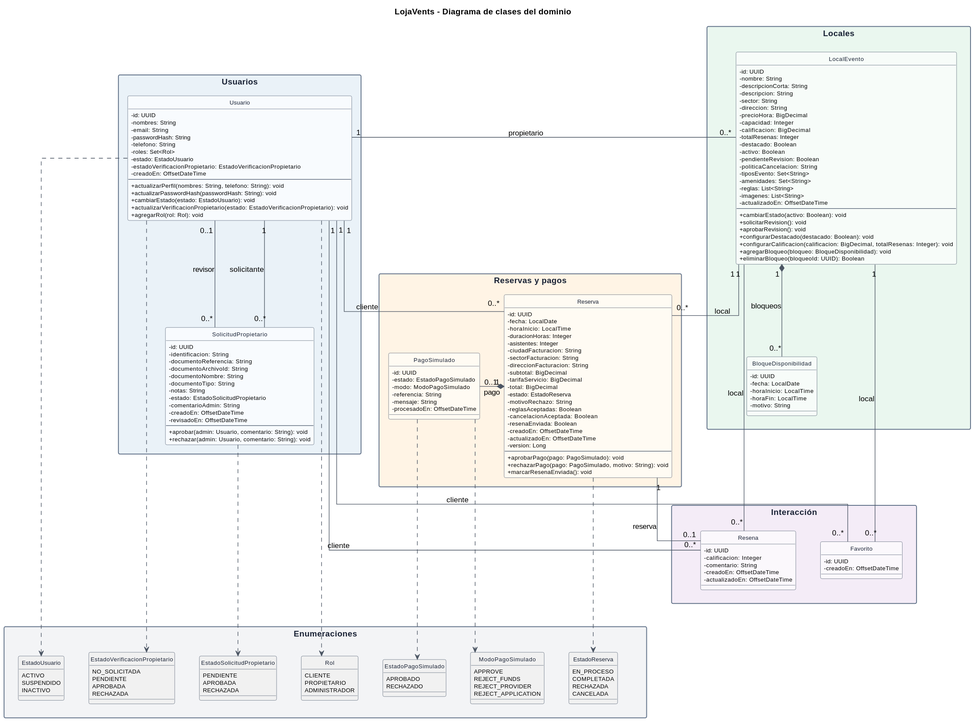
Before: docs/actualizacion/07-diagrama-clases-dominio/07-diagrama-clases-dominio.svg, a diagram exported from PlantUML (SteveJ4ra/LojaVents).
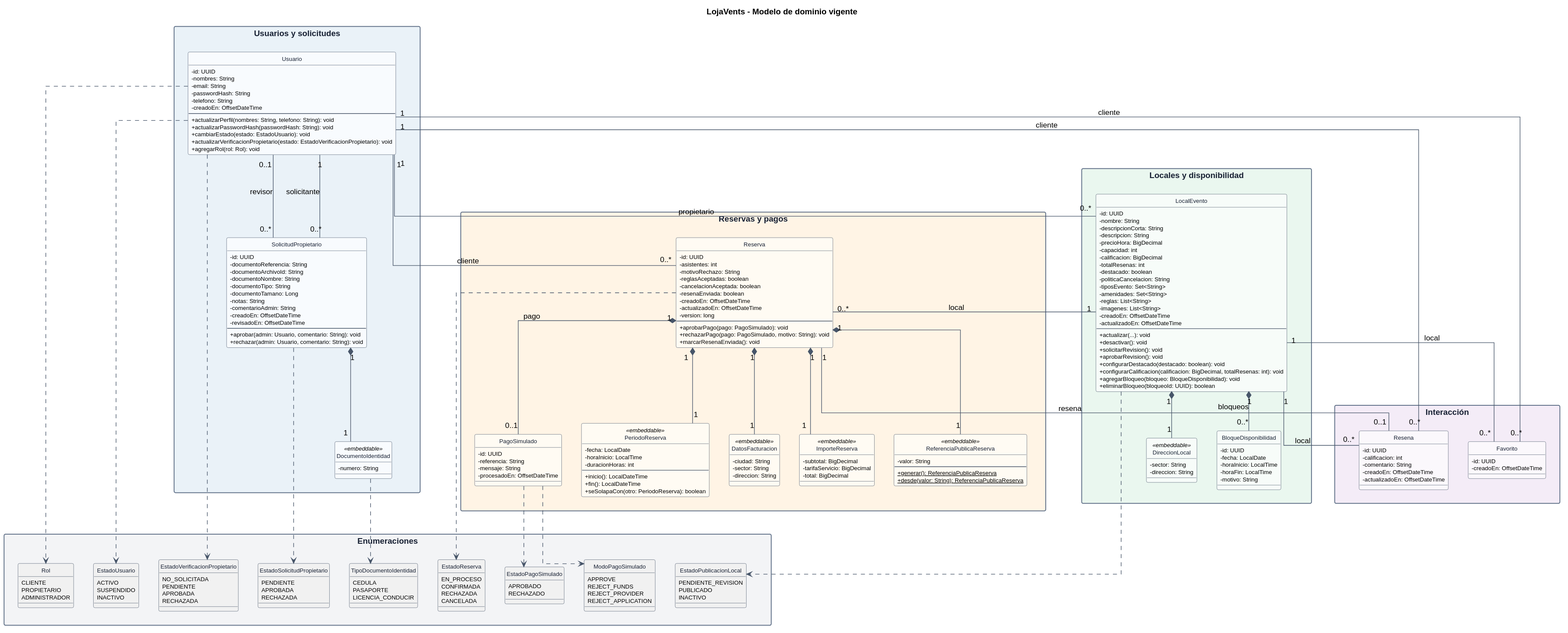
The same file after the commit.

What changed in the source:
```diff
@@ -1,5 +1,5 @@
 @startuml
-title LojaVents - Diagrama de clases del dominio
+title LojaVents - Modelo de dominio vigente
 
 top to bottom direction
 
@@ -8,33 +8,30 @@
 skinparam linetype ortho
 skinparam packageStyle rectangle
 skinparam classAttributeIconSize 0
-skinparam ArrowColor #4B5563
+skinparam ArrowColor #475569
 skinparam ClassBorderColor #475569
 skinparam ClassFontColor #172033
 skinparam ClassFontSize 11
 skinparam ClassAttributeFontSize 10
 skinparam ClassStereotypeFontSize 10
-skinparam EnumBorderColor #6B7280
+skinparam EnumBorderColor #64748B
 skinparam EnumBackgroundColor #FFFFFF
 skinparam EnumFontColor #172033
 skinparam PackageBorderColor #64748B
 skinparam PackageFontColor #172033
 skinparam PackageFontStyle bold
-skinparam nodesep 42
-skinparam ranksep 52
+skinparam nodesep 34
+skinparam ranksep 42
 
 hide circle
 
-package "Usuarios" as Usuarios #EAF2F8 {
+package "Usuarios y solicitudes" as Usuarios #EAF2F8 {
   class Usuario #F8FBFE {
     - id: UUID
     - nombres: String
     - email: String
     - passwordHash: String
     - telefono: String
-    - roles: Set<Rol>
-    - estado: EstadoUsuario
-    - estadoVerificacionPropietario: EstadoVerificacionPropietario
     - creadoEn: OffsetDateTime
     --
     + actualizarPerfil(nombres: String, telefono: String): void
@@ -46,13 +43,12 @@
 
   class SolicitudPropietario #F8FBFE {
     - id: UUID
-    - identificacion: String
     - documentoReferencia: String
     - documentoArchivoId: String
     - documentoNombre: String
     - documentoTipo: String
+    - documentoTamano: Long
     - notas: String
-    - estado: EstadoSolicitudPropietario
     - comentarioAdmin: String
     - creadoEn: OffsetDateTime
     - revisadoEn: OffsetDateTime
@@ -60,37 +56,44 @@
     + aprobar(admin: Usuario, comentario: String): void
     + rechazar(admin: Usuario, comentario: String): void
   }
+
+  class DocumentoIdentidad <<embeddable>> #F8FBFE {
+    - numero: String
+  }
 }
 
-package "Locales" as Locales #EAF7EF {
+package "Locales y disponibilidad" as Locales #EAF7EF {
   class LocalEvento #F7FCF9 {
     - id: UUID
     - nombre: String
     - descripcionCorta: String
     - descripcion: String
-    - sector: String
-    - direccion: String
     - precioHora: BigDecimal
-    - capacidad: Integer
+    - capacidad: int
     - calificacion: BigDecimal
-    - totalResenas: Integer
-    - destacado: Boolean
-    - activo: Boolean
-    - pendienteRevision: Boolean
+    - totalResenas: int
+    - destacado: boolean
     - politicaCancelacion: String
     - tiposEvento: Set<String>
     - amenidades: Set<String>
     - reglas: List<String>
     - imagenes: List<String>
+    - creadoEn: OffsetDateTime
     - actualizadoEn: OffsetDateTime
     --
-    + cambiarEstado(activo: Boolean): void
+    + actualizar(...): void
+    + desactivar(): void
     + solicitarRevision(): void
     + aprobarRevision(): void
-    + configurarDestacado(destacado: Boolean): void
-    + configurarCalificacion(calificacion: BigDecimal, totalResenas: Integer): void
+    + configurarDestacado(destacado: boolean): void
+    + configurarCalificacion(calificacion: BigDecimal, totalResenas: int): void
     + agregarBloqueo(bloqueo: BloqueDisponibilidad): void
-    + eliminarBloqueo(bloqueoId: UUID): Boolean
+    + eliminarBloqueo(bloqueoId: UUID): boolean
+  }
+
+  class DireccionLocal <<embeddable>> #F7FCF9 {
+    - sector: String
+    - direccion: String
   }
 
   class BloqueDisponibilidad #F7FCF9 {
@@ -105,34 +108,51 @@
 package "Reservas y pagos" as ReservasPagos #FFF4E5 {
   class Reserva #FFFBF3 {
     - id: UUID
-    - fecha: LocalDate
-    - horaInicio: LocalTime
-    - duracionHoras: Integer
-    - asistentes: Integer
-    - ciudadFacturacion: String
-    - sectorFacturacion: String
-    - direccionFacturacion: String
-    - subtotal: BigDecimal
-    - tarifaServicio: BigDecimal
-    - total: BigDecimal
-    - estado: EstadoReserva
+    - asistentes: int
     - motivoRechazo: String
-    - reglasAceptadas: Boolean
-    - cancelacionAceptada: Boolean
-    - resenaEnviada: Boolean
+    - reglasAceptadas: boolean
+    - cancelacionAceptada: boolean
+    - resenaEnviada: boolean
     - creadoEn: OffsetDateTime
     - actualizadoEn: OffsetDateTime
-    - version: Long
+    - version: long
     --
     + aprobarPago(pago: PagoSimulado): void
     + rechazarPago(pago: PagoSimulado, motivo: String): void
     + marcarResenaEnviada(): void
   }
 
+  class PeriodoReserva <<embeddable>> #FFFBF3 {
+    - fecha: LocalDate
+    - horaInicio: LocalTime
+    - duracionHoras: int
+    --
+    + inicio(): LocalDateTime
+    + fin(): LocalDateTime
+    + seSolapaCon(otro: PeriodoReserva): boolean
+  }
+
+  class DatosFacturacion <<embeddable>> #FFFBF3 {
+    - ciudad: String
+    - sector: String
+    - direccion: String
+  }
+
+  class ImporteReserva <<embeddable>> #FFFBF3 {
+    - subtotal: BigDecimal
+    - tarifaServicio: BigDecimal
+    - total: BigDecimal
+  }
+
+  class ReferenciaPublicaReserva <<embeddable>> #FFFBF3 {
+    - valor: String
+    --
+    + {static} generar(): ReferenciaPublicaReserva
+    + {static} desde(valor: String): ReferenciaPublicaReserva
+  }
+
   class PagoSimulado #FFFBF3 {
     - id: UUID
-    - estado: EstadoPagoSimulado
-    - modo: ModoPagoSimulado
     - referencia: String
     - mensaje: String
     - procesadoEn: OffsetDateTime
@@ -147,7 +167,7 @@
 
   class Resena #FBF8FC {
     - id: UUID
-    - calificacion: Integer
+    - calificacion: int
     - comentario: String
     - creadoEn: OffsetDateTime
     - actualizadoEn: OffsetDateTime
@@ -180,9 +200,21 @@
     RECHAZADA
   }
 
+  enum TipoDocumentoIdentidad {
+    CEDULA
+    PASAPORTE
+    LICENCIA_CONDUCIR
+  }
+
+  enum EstadoPublicacionLocal {
+    PENDIENTE_REVISION
+    PUBLICADO
+    INACTIVO
+  }
+
   enum EstadoReserva {
     EN_PROCESO
-    COMPLETADA
+    CONFIRMADA
     RECHAZADA
     CANCELADA
   }
@@ -200,29 +232,40 @@
   }
 }
 
-Usuario "1" -down- "0..*" SolicitudPropietario : solicitante
-Usuario "0..1" -down- "0..*" SolicitudPropietario : revisor
-Usuario "1" -[norank]- "0..*" LocalEvento : propietario
-LocalEvento "1" *-down- "0..*" BloqueDisponibilidad : bloqueos
-Usuario "1" -[norank]- "0..*" Reserva : cliente
-LocalEvento "1" -[norank]- "0..*" Reserva : local
-Reserva "1" *-right- "0..1" PagoSimulado : pago
-Usuario "1" -[norank]- "0..*" Favorito : cliente
-LocalEvento "1" -down- "0..*" Favorito : local
-Reserva "1" -down- "0..1" Resena : reserva
-Usuario "1" -[norank]- "0..*" Resena : cliente
-LocalEvento "1" -[norank]- "0..*" Resena : local
+Usuario "1" -- "0..*" SolicitudPropietario : solicitante
+Usuario "0..1" -- "0..*" SolicitudPropietario : revisor
+SolicitudPropietario "1" *-- "1" DocumentoIdentidad
 
-Usuario ..down.> Rol
-Usuario ..down.> EstadoUsuario
-Usuario ..down.> EstadoVerificacionPropietario
-SolicitudPropietario ..down.> EstadoSolicitudPropietario
-Reserva ..down.> EstadoReserva
-PagoSimulado ..down.> EstadoPagoSimulado
-PagoSimulado ..down.> ModoPagoSimulado
+Usuario "1" -- "0..*" LocalEvento : propietario
+LocalEvento "1" *-- "1" DireccionLocal
+LocalEvento "1" *-- "0..*" BloqueDisponibilidad : bloqueos
 
-LocalEvento -[hidden]r- Usuario
-LocalEvento -[hidden]r- Reserva
-Locales -[hidden]d- Interaccion
-Interaccion -[hidden]d- Enumeraciones
+Usuario "1" -- "0..*" Reserva : cliente
+LocalEvento "1" -- "0..*" Reserva : local
+Reserva "1" *-- "1" PeriodoReserva
+Reserva "1" *-- "1" DatosFacturacion
+Reserva "1" *-- "1" ImporteReserva
+Reserva "1" *-- "1" ReferenciaPublicaReserva
+Reserva "1" *-- "0..1" PagoSimulado : pago
+
+Usuario "1" -- "0..*" Favorito : cliente
+LocalEvento "1" -- "0..*" Favorito : local
+Reserva "1" -- "0..1" Resena : resena
+Usuario "1" -- "0..*" Resena : cliente
+LocalEvento "1" -- "0..*" Resena : local
+
+Usuario ..> Rol
+Usuario ..> EstadoUsuario
+Usuario ..> EstadoVerificacionPropietario
+SolicitudPropietario ..> EstadoSolicitudPropietario
+DocumentoIdentidad ..> TipoDocumentoIdentidad
+LocalEvento ..> EstadoPublicacionLocal
+Reserva ..> EstadoReserva
+PagoSimulado ..> EstadoPagoSimulado
+PagoSimulado ..> ModoPagoSimulado
+
+Usuarios -[hidden]right- Locales
+Locales -[hidden]right- ReservasPagos
+Usuarios -[hidden]down- Interaccion
+ReservasPagos -[hidden]down- Enumeraciones
 @enduml
```
